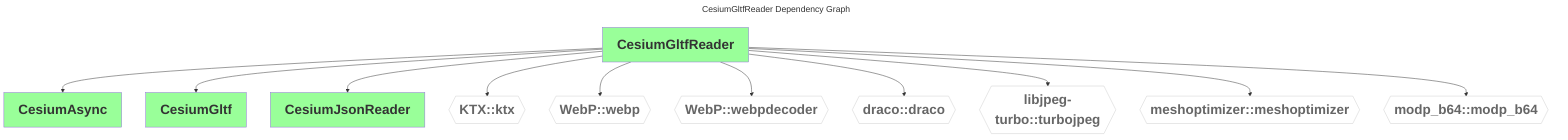
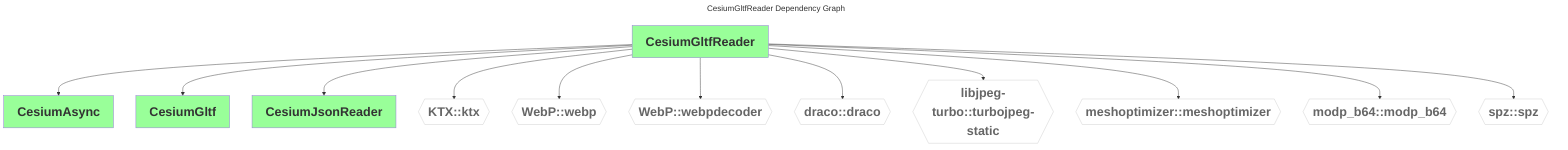
---
comment: This file was generated by dep-graph-gen. DO NOT EDIT THIS FILE!

title: CesiumGltfReader Dependency Graph
---
graph TD
  classDef dependencyNode fill:#fff,stroke:#ccc,color:#666,font-weight:bold,font-size:28px
  classDef libraryNode fill:#9f9,font-weight:bold,font-size:28px
  CesiumGltfReader[CesiumGltfReader] --> CesiumAsync[CesiumAsync]
  CesiumGltfReader[CesiumGltfReader] --> CesiumGltf[CesiumGltf]
  CesiumGltfReader[CesiumGltfReader] --> CesiumJsonReader[CesiumJsonReader]
  CesiumGltfReader[CesiumGltfReader] --> KTX_ktx{{KTX::ktx}}
  CesiumGltfReader[CesiumGltfReader] --> WebP_webp{{WebP::webp}}
  CesiumGltfReader[CesiumGltfReader] --> WebP_webpdecoder{{WebP::webpdecoder}}
  CesiumGltfReader[CesiumGltfReader] --> draco_draco{{draco::draco}}
-   CesiumGltfReader[CesiumGltfReader] --> libjpeg-turbo_turbojpeg{{libjpeg-turbo::turbojpeg}}
+   CesiumGltfReader[CesiumGltfReader] --> libjpeg-turbo_turbojpeg-static{{libjpeg-turbo::turbojpeg-static}}
  CesiumGltfReader[CesiumGltfReader] --> meshoptimizer_meshoptimizer{{meshoptimizer::meshoptimizer}}
  CesiumGltfReader[CesiumGltfReader] --> modp_b64_modp_b64{{modp_b64::modp_b64}}
-   class KTX_ktx,WebP_webp,WebP_webpdecoder,draco_draco,libjpeg-turbo_turbojpeg,meshoptimizer_meshoptimizer,modp_b64_modp_b64 dependencyNode
+   CesiumGltfReader[CesiumGltfReader] --> spz_spz{{spz::spz}}
+   class KTX_ktx,WebP_webp,WebP_webpdecoder,draco_draco,libjpeg-turbo_turbojpeg-static,meshoptimizer_meshoptimizer,modp_b64_modp_b64,spz_spz dependencyNode
  class CesiumAsync,CesiumGltf,CesiumJsonReader,CesiumGltfReader libraryNode
